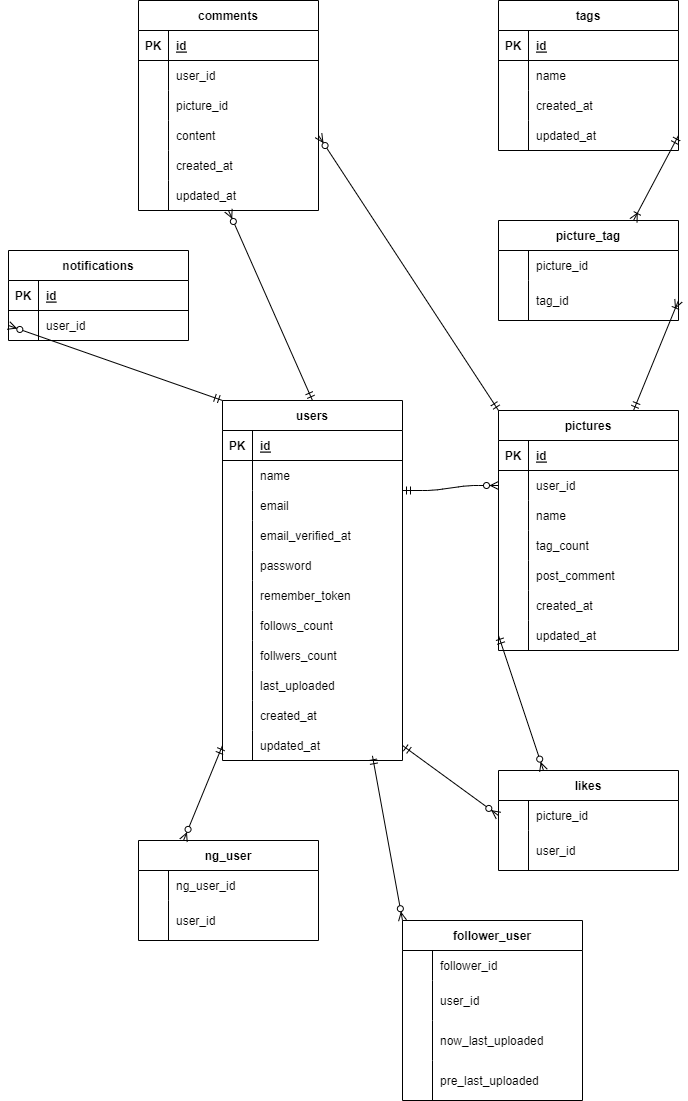
This is picoo/picoo_backend/er.drawio.png from reth4e/picoo_Mashita, a draw.io export, as it was before one commit. Source tidied: cells renumbered, new cells last; positions are measured from the earlier drawing's top-left corner, leaving out a move shared by most shapes.
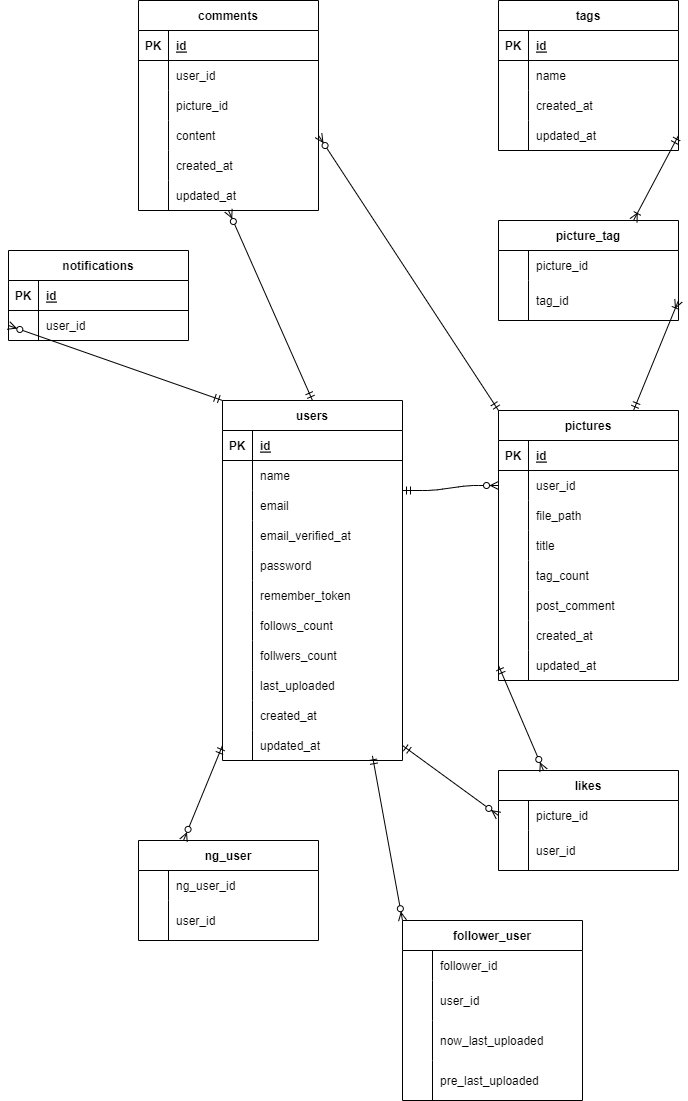
The same diagram one commit later.

What changed in the source:
```diff
@@ -105,7 +105,7 @@
       <mxGeometry x="30" width="150" height="30" as="geometry" />
     </mxCell>
     <mxCell id="36" value="pictures" style="shape=table;startSize=30;rowLines=0;fontStyle=1;align=center;" parent="1" vertex="1">
-      <mxGeometry x="490" y="410" width="180" height="240" as="geometry" />
+      <mxGeometry x="490" y="410" width="180" height="270" as="geometry" />
     </mxCell>
     <mxCell id="37" style="shape=tableRow;horizontal=0;startSize=0;swimlaneHead=0;swimlaneBody=0;fillColor=none;top=0;left=0;right=0;bottom=1;" parent="36" vertex="1">
       <mxGeometry y="30" width="180" height="30" as="geometry" />
@@ -125,17 +125,26 @@
     <mxCell id="42" value="user_id" style="shape=partialRectangle;fillColor=none;top=0;left=0;bottom=0;right=0;align=left;spacingLeft=6;overflow=hidden;" parent="40" vertex="1">
       <mxGeometry x="30" width="150" height="30" as="geometry" />
     </mxCell>
+    <mxCell id="142" style="shape=tableRow;horizontal=0;startSize=0;swimlaneHead=0;swimlaneBody=0;fillColor=none;top=0;left=0;right=0;bottom=0;" parent="36" vertex="1">
+      <mxGeometry y="90" width="180" height="30" as="geometry" />
+    </mxCell>
+    <mxCell id="143" style="shape=partialRectangle;fillColor=none;top=0;left=0;bottom=0;right=0;overflow=hidden;" parent="142" vertex="1">
+      <mxGeometry width="30" height="30" as="geometry" />
+    </mxCell>
+    <mxCell id="144" value="file_path" style="shape=partialRectangle;fillColor=none;top=0;left=0;bottom=0;right=0;align=left;spacingLeft=6;overflow=hidden;" parent="142" vertex="1">
+      <mxGeometry x="30" width="150" height="30" as="geometry" />
+    </mxCell>
     <mxCell id="43" style="shape=tableRow;horizontal=0;startSize=0;swimlaneHead=0;swimlaneBody=0;fillColor=none;top=0;left=0;right=0;bottom=0;" parent="36" vertex="1">
-      <mxGeometry y="90" width="180" height="30" as="geometry" />
+      <mxGeometry y="120" width="180" height="30" as="geometry" />
     </mxCell>
     <mxCell id="44" style="shape=partialRectangle;fillColor=none;top=0;left=0;bottom=0;right=0;overflow=hidden;" parent="43" vertex="1">
       <mxGeometry width="30" height="30" as="geometry" />
     </mxCell>
-    <mxCell id="45" value="name" style="shape=partialRectangle;fillColor=none;top=0;left=0;bottom=0;right=0;align=left;spacingLeft=6;overflow=hidden;" parent="43" vertex="1">
+    <mxCell id="45" value="title" style="shape=partialRectangle;fillColor=none;top=0;left=0;bottom=0;right=0;align=left;spacingLeft=6;overflow=hidden;" parent="43" vertex="1">
       <mxGeometry x="30" width="150" height="30" as="geometry" />
     </mxCell>
     <mxCell id="46" style="shape=tableRow;horizontal=0;startSize=0;swimlaneHead=0;swimlaneBody=0;fillColor=none;top=0;left=0;right=0;bottom=0;" parent="36" vertex="1">
-      <mxGeometry y="120" width="180" height="30" as="geometry" />
+      <mxGeometry y="150" width="180" height="30" as="geometry" />
     </mxCell>
     <mxCell id="47" style="shape=partialRectangle;fillColor=none;top=0;left=0;bottom=0;right=0;overflow=hidden;" parent="46" vertex="1">
       <mxGeometry width="30" height="30" as="geometry" />
@@ -144,7 +153,7 @@
       <mxGeometry x="30" width="150" height="30" as="geometry" />
     </mxCell>
     <mxCell id="49" style="shape=tableRow;horizontal=0;startSize=0;swimlaneHead=0;swimlaneBody=0;fillColor=none;top=0;left=0;right=0;bottom=0;" parent="36" vertex="1">
-      <mxGeometry y="150" width="180" height="30" as="geometry" />
+      <mxGeometry y="180" width="180" height="30" as="geometry" />
     </mxCell>
     <mxCell id="50" style="shape=partialRectangle;fillColor=none;top=0;left=0;bottom=0;right=0;overflow=hidden;" parent="49" vertex="1">
       <mxGeometry width="30" height="30" as="geometry" />
@@ -153,7 +162,7 @@
       <mxGeometry x="30" width="150" height="30" as="geometry" />
     </mxCell>
     <mxCell id="52" style="shape=tableRow;horizontal=0;startSize=0;swimlaneHead=0;swimlaneBody=0;fillColor=none;top=0;left=0;right=0;bottom=0;" parent="36" vertex="1">
-      <mxGeometry y="180" width="180" height="30" as="geometry" />
+      <mxGeometry y="210" width="180" height="30" as="geometry" />
     </mxCell>
     <mxCell id="53" style="shape=partialRectangle;fillColor=none;top=0;left=0;bottom=0;right=0;overflow=hidden;" parent="52" vertex="1">
       <mxGeometry width="30" height="30" as="geometry" />
@@ -162,7 +171,7 @@
       <mxGeometry x="30" width="150" height="30" as="geometry" />
     </mxCell>
     <mxCell id="55" style="shape=tableRow;horizontal=0;startSize=0;swimlaneHead=0;swimlaneBody=0;fillColor=none;points=[[0,0.5],[1,0.5]];portConstraint=eastwest;top=0;left=0;right=0;bottom=0;" parent="36" vertex="1">
-      <mxGeometry y="210" width="180" height="30" as="geometry" />
+      <mxGeometry y="240" width="180" height="30" as="geometry" />
     </mxCell>
     <mxCell id="56" style="shape=partialRectangle;fillColor=none;top=0;left=0;bottom=0;right=0;overflow=hidden;" parent="55" vertex="1">
       <mxGeometry width="30" height="30" as="geometry" />
```
